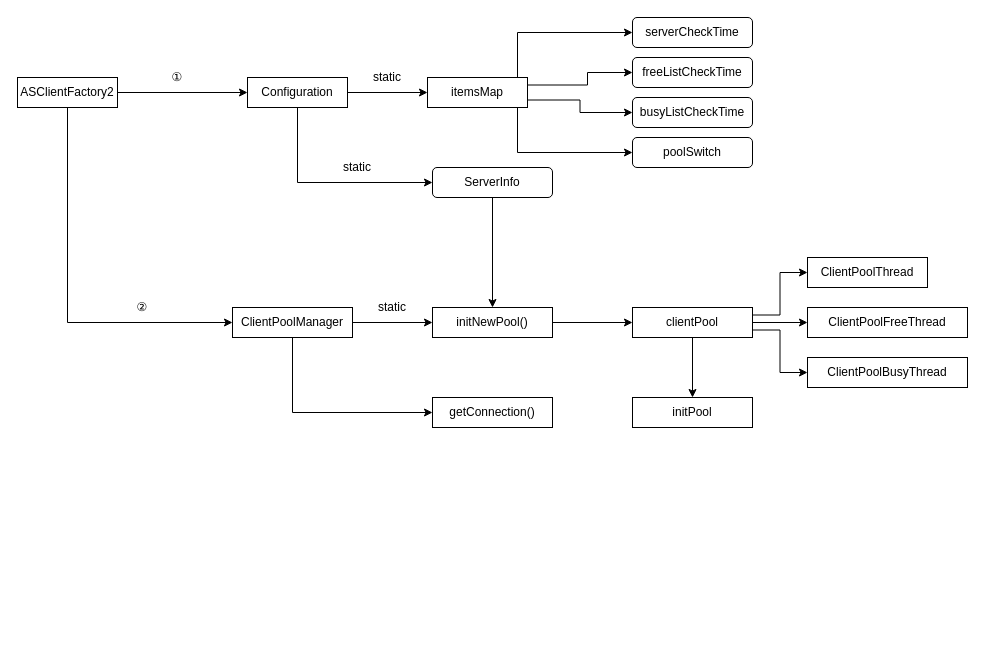
This is src/main/java/wilburhsu/Interview/cjas client架构.drawio from wilburhsu/Algorithms, a draw.io file, before an edit. Source tidied: cells renumbered, new cells numbered last; positions are measured from the earlier drawing's top-left corner, leaving out a move shared by most shapes. Both pictures are drawn from the tidied source at 100%, with x=0, y=0 at pixel (17, 17).
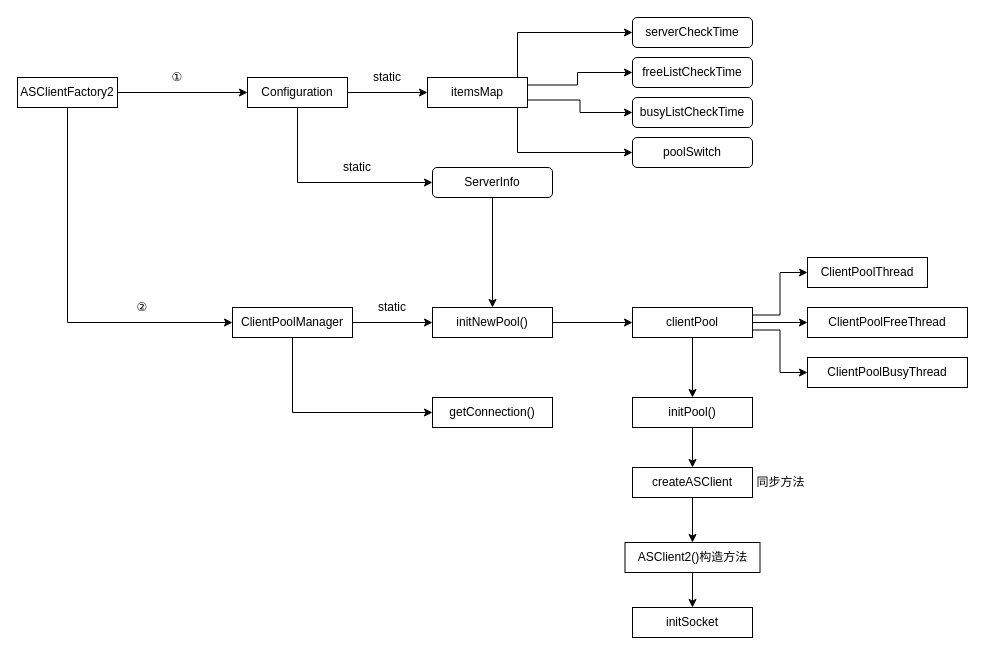
The same page after the edit.

Commit message (it also covers changes not shown here):
as架构图更新

Unchanged cells that the change refers to:
```xml
<mxCell id="6" value="freeListCheckTime" style="rounded=1;whiteSpace=wrap;html=1;" parent="1" vertex="1">
  <mxGeometry x="615" y="40" width="120" height="30" as="geometry" />
</mxCell>
<mxCell id="26" value="itemsMap" style="rounded=0;whiteSpace=wrap;html=1;" parent="1" vertex="1">
  <mxGeometry x="410" y="60" width="100" height="30" as="geometry" />
</mxCell>
```

What changed in the source:
```diff
@@
     <mxCell id="9" style="edgeStyle=orthogonalEdgeStyle;rounded=0;jettySize=auto;html=1;exitX=1;exitY=0.25;exitDx=0;exitDy=0;entryX=0;entryY=0.5;entryDx=0;entryDy=0;" parent="1" edge="1" source="26" target="6">
       <mxGeometry relative="1" as="geometry">
         <Array as="points">
-          <mxPoint x="570" y="68" />
-          <mxPoint x="570" y="55" />
+          <mxPoint x="560" y="68" />
+          <mxPoint x="560" y="55" />
         </Array>
       </mxGeometry>
     </mxCell>
@@
+    <mxCell id="39" style="edgeStyle=orthogonalEdgeStyle;rounded=0;jettySize=auto;html=1;exitX=0.5;exitY=1;exitDx=0;exitDy=0;entryX=0.5;entryY=0;entryDx=0;entryDy=0;" parent="1" edge="1" source="38" target="41">
+      <mxGeometry relative="1" as="geometry" />
+    </mxCell>
-    <mxCell id="38" value="initPool" style="rounded=0;whiteSpace=wrap;html=1;fontFamily=Microsoft Yahei Mono;" parent="1" vertex="1">
+    <mxCell id="38" value="initPool()" style="rounded=0;whiteSpace=wrap;html=1;fontFamily=Microsoft Yahei Mono;" parent="1" vertex="1">
       <mxGeometry x="615" y="380" width="120" height="30" as="geometry" />
     </mxCell>
+    <mxCell id="40" style="edgeStyle=orthogonalEdgeStyle;rounded=0;jettySize=auto;html=1;exitX=0.5;exitY=1;exitDx=0;exitDy=0;entryX=0.5;entryY=0;entryDx=0;entryDy=0;" parent="1" edge="1" source="41" target="44">
+      <mxGeometry relative="1" as="geometry" />
+    </mxCell>
+    <mxCell id="41" value="createASClient" style="rounded=0;whiteSpace=wrap;html=1;fontFamily=Microsoft Yahei Mono;" parent="1" vertex="1">
+      <mxGeometry x="615" y="450" width="120" height="30" as="geometry" />
+    </mxCell>
+    <mxCell id="42" value="同步方法" style="text;html=1;strokeColor=none;fillColor=none;align=center;verticalAlign=middle;whiteSpace=wrap;rounded=0;" parent="1" vertex="1">
+      <mxGeometry x="737" y="455" width="53" height="20" as="geometry" />
+    </mxCell>
+    <mxCell id="43" style="edgeStyle=orthogonalEdgeStyle;rounded=0;jettySize=auto;html=1;exitX=0.5;exitY=1;exitDx=0;exitDy=0;entryX=0.5;entryY=0;entryDx=0;entryDy=0;" parent="1" edge="1" source="44" target="45">
+      <mxGeometry relative="1" as="geometry" />
+    </mxCell>
+    <mxCell id="44" value="ASClient2()构造方法" style="rounded=0;whiteSpace=wrap;html=1;fontFamily=Microsoft Yahei Mono;" parent="1" vertex="1">
+      <mxGeometry x="607.5" y="525" width="135" height="30" as="geometry" />
+    </mxCell>
+    <mxCell id="45" value="initSocket" style="rounded=0;whiteSpace=wrap;html=1;fontFamily=Microsoft Yahei Mono;" parent="1" vertex="1">
+      <mxGeometry x="615" y="590" width="120" height="30" as="geometry" />
+    </mxCell>
```
